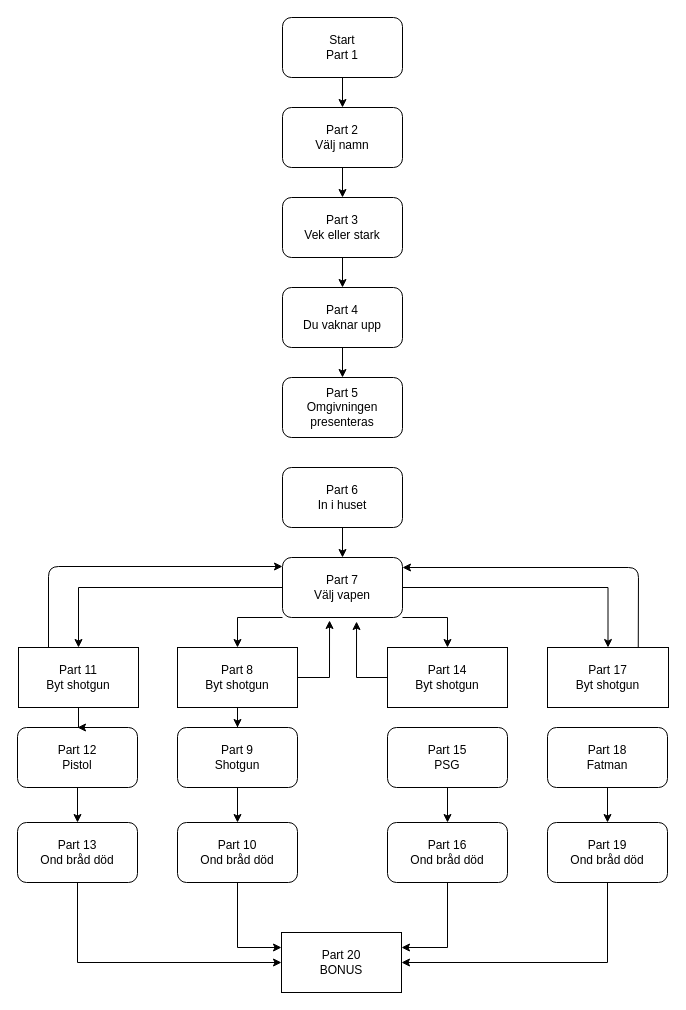
The draw.io diagram Laboration 1.drawio in Nicklas-Holmqvist/Pandora, before the edit. Source tidied: cells renumbered, new cells numbered last; positions are measured from the earlier drawing's top-left corner, leaving out a move shared by most shapes. Both pictures are drawn from the tidied source at 100%, with x=0, y=0 at pixel (17, 17).
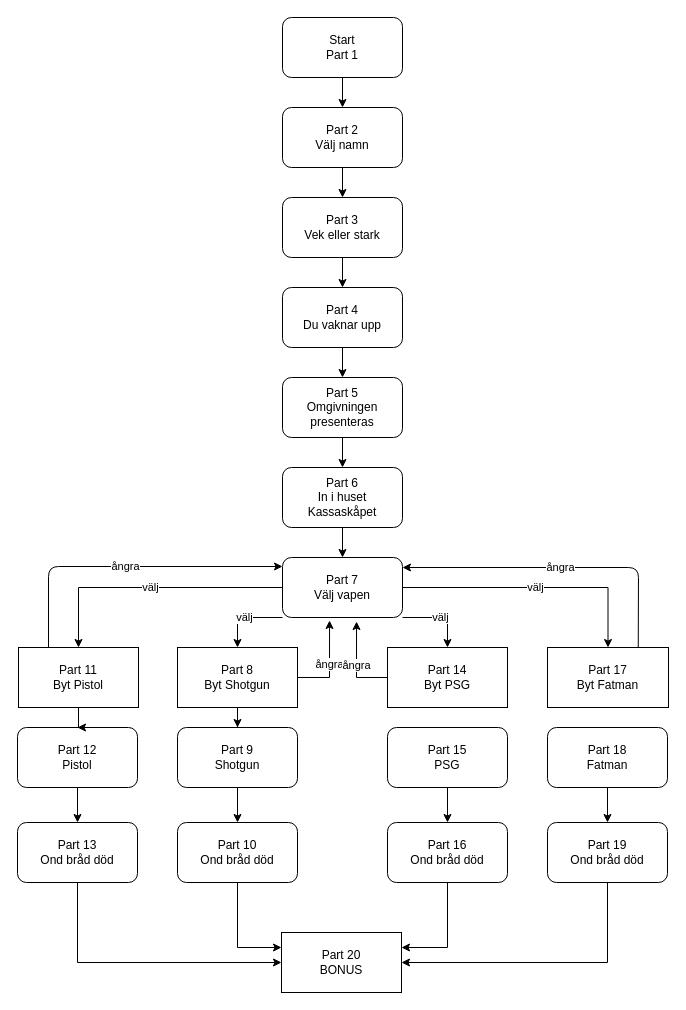
The same page after the edit.

Unchanged cells that the change refers to:
```xml
<mxCell id="10" value="Part 5&lt;br&gt;Omgivningen presenteras" style="whiteSpace=wrap;html=1;rounded=1;" parent="1" vertex="1">
  <mxGeometry x="265" y="360" width="120" height="60" as="geometry" />
</mxCell>
<mxCell id="15" value="Part 7&lt;br&gt;Välj vapen" style="whiteSpace=wrap;html=1;rounded=1;" parent="1" vertex="1">
  <mxGeometry x="265" y="540" width="120" height="60" as="geometry" />
</mxCell>
```

The edit, as a diff of the source:
```diff
@@
+    <mxCell id="45" style="edgeStyle=orthogonalEdgeStyle;rounded=0;jettySize=auto;html=1;" parent="1" edge="1" source="10" target="34">
+      <mxGeometry relative="1" as="geometry" />
+    </mxCell>
@@
-    <mxCell id="11" style="edgeStyle=orthogonalEdgeStyle;rounded=0;jettySize=auto;html=1;entryX=0.5;entryY=0;entryDx=0;entryDy=0;" parent="1" edge="1" source="15" target="39">
+    <mxCell id="11" value="välj" style="edgeStyle=orthogonalEdgeStyle;rounded=0;jettySize=auto;html=1;entryX=0.5;entryY=0;entryDx=0;entryDy=0;" parent="1" edge="1" source="15" target="39">
       <mxGeometry relative="1" as="geometry" />
     </mxCell>
-    <mxCell id="12" style="edgeStyle=orthogonalEdgeStyle;rounded=0;jettySize=auto;html=1;exitX=0;exitY=1;exitDx=0;exitDy=0;entryX=0.5;entryY=0;entryDx=0;entryDy=0;" parent="1" edge="1" source="15" target="37">
+    <mxCell id="12" value="välj" style="edgeStyle=orthogonalEdgeStyle;rounded=0;jettySize=auto;html=1;exitX=0;exitY=1;exitDx=0;exitDy=0;entryX=0.5;entryY=0;entryDx=0;entryDy=0;" parent="1" edge="1" source="15" target="37">
       <mxGeometry relative="1" as="geometry">
         <Array as="points">
           <mxPoint x="220" y="600" />
         </Array>
       </mxGeometry>
     </mxCell>
-    <mxCell id="13" style="edgeStyle=orthogonalEdgeStyle;rounded=0;jettySize=auto;html=1;exitX=1;exitY=1;exitDx=0;exitDy=0;entryX=0.5;entryY=0;entryDx=0;entryDy=0;" parent="1" edge="1" source="15" target="41">
+    <mxCell id="13" value="välj" style="edgeStyle=orthogonalEdgeStyle;rounded=0;jettySize=auto;html=1;exitX=1;exitY=1;exitDx=0;exitDy=0;entryX=0.5;entryY=0;entryDx=0;entryDy=0;" parent="1" edge="1" source="15" target="41">
       <mxGeometry relative="1" as="geometry">
         <Array as="points">
           <mxPoint x="430" y="600" />
         </Array>
       </mxGeometry>
     </mxCell>
-    <mxCell id="14" style="edgeStyle=orthogonalEdgeStyle;rounded=0;jettySize=auto;html=1;entryX=0.5;entryY=0;entryDx=0;entryDy=0;" parent="1" edge="1" source="15" target="42">
+    <mxCell id="14" value="välj" style="edgeStyle=orthogonalEdgeStyle;rounded=0;jettySize=auto;html=1;entryX=0.5;entryY=0;entryDx=0;entryDy=0;" parent="1" edge="1" source="15" target="42">
       <mxGeometry relative="1" as="geometry" />
     </mxCell>
@@
-    <mxCell id="34" value="Part 6&lt;br&gt;In i huset" style="rounded=1;whiteSpace=wrap;html=1;" parent="1" vertex="1">
+    <mxCell id="34" value="Part 6&lt;br&gt;In i huset&lt;br&gt;Kassaskåpet" style="rounded=1;whiteSpace=wrap;html=1;" parent="1" vertex="1">
       <mxGeometry x="265" y="450" width="120" height="60" as="geometry" />
     </mxCell>
@@
-    <mxCell id="36" style="edgeStyle=orthogonalEdgeStyle;rounded=0;jettySize=auto;html=1;entryX=0.392;entryY=1.05;entryDx=0;entryDy=0;entryPerimeter=0;" parent="1" edge="1" source="37" target="15">
+    <mxCell id="36" value="ångra" style="edgeStyle=orthogonalEdgeStyle;rounded=0;jettySize=auto;html=1;entryX=0.392;entryY=1.05;entryDx=0;entryDy=0;entryPerimeter=0;" parent="1" edge="1" source="37" target="15">
       <mxGeometry relative="1" as="geometry">
         <Array as="points">
           <mxPoint x="312" y="660" />
         </Array>
       </mxGeometry>
     </mxCell>
-    <mxCell id="37" value="Part 8&lt;br&gt;Byt shotgun" style="rounded=0;whiteSpace=wrap;html=1;" parent="1" vertex="1">
+    <mxCell id="37" value="Part 8&lt;br&gt;Byt Shotgun" style="rounded=0;whiteSpace=wrap;html=1;" parent="1" vertex="1">
       <mxGeometry x="160" y="630" width="120" height="60" as="geometry" />
     </mxCell>
@@
-    <mxCell id="39" value="Part 11&lt;br&gt;Byt shotgun" style="rounded=0;whiteSpace=wrap;html=1;" parent="1" vertex="1">
+    <mxCell id="39" value="Part 11&lt;br&gt;Byt Pistol" style="rounded=0;whiteSpace=wrap;html=1;" parent="1" vertex="1">
       <mxGeometry x="1" y="630" width="120" height="60" as="geometry" />
     </mxCell>
-    <mxCell id="40" style="edgeStyle=orthogonalEdgeStyle;rounded=0;jettySize=auto;html=1;exitX=0;exitY=0.5;exitDx=0;exitDy=0;entryX=0.617;entryY=1.067;entryDx=0;entryDy=0;entryPerimeter=0;" parent="1" edge="1" source="41" target="15">
+    <mxCell id="40" value="ångra" style="edgeStyle=orthogonalEdgeStyle;rounded=0;jettySize=auto;html=1;exitX=0;exitY=0.5;exitDx=0;exitDy=0;entryX=0.617;entryY=1.067;entryDx=0;entryDy=0;entryPerimeter=0;" parent="1" edge="1" source="41" target="15">
       <mxGeometry relative="1" as="geometry" />
     </mxCell>
-    <mxCell id="41" value="Part 14&lt;br&gt;Byt shotgun" style="rounded=0;whiteSpace=wrap;html=1;" parent="1" vertex="1">
+    <mxCell id="41" value="Part 14&lt;br&gt;Byt PSG" style="rounded=0;whiteSpace=wrap;html=1;" parent="1" vertex="1">
       <mxGeometry x="370" y="630" width="120" height="60" as="geometry" />
     </mxCell>
-    <mxCell id="42" value="Part 17&lt;br&gt;Byt shotgun" style="rounded=0;whiteSpace=wrap;html=1;" parent="1" vertex="1">
+    <mxCell id="42" value="Part 17&lt;br&gt;Byt Fatman" style="rounded=0;whiteSpace=wrap;html=1;" parent="1" vertex="1">
       <mxGeometry x="530" y="630" width="121" height="60" as="geometry" />
     </mxCell>
-    <mxCell id="43" style="endArrow=classic;html=1;exitX=0.75;exitY=0;exitDx=0;exitDy=0;" parent="1" edge="1" source="42">
+    <mxCell id="43" value="ångra" style="endArrow=classic;html=1;exitX=0.75;exitY=0;exitDx=0;exitDy=0;" parent="1" edge="1" source="42">
       <mxGeometry relative="1" as="geometry">
         <mxPoint x="385" y="550" as="targetPoint" />
         <Array as="points">
           <mxPoint x="621" y="550" />
         </Array>
       </mxGeometry>
     </mxCell>
-    <mxCell id="44" style="endArrow=classic;html=1;exitX=0.25;exitY=0;exitDx=0;exitDy=0;entryX=0;entryY=0.15;entryDx=0;entryDy=0;entryPerimeter=0;" parent="1" edge="1" source="39" target="15">
+    <mxCell id="44" value="ångra" style="endArrow=classic;html=1;exitX=0.25;exitY=0;exitDx=0;exitDy=0;entryX=0;entryY=0.15;entryDx=0;entryDy=0;entryPerimeter=0;" parent="1" edge="1" source="39" target="15">
       <mxGeometry relative="1" as="geometry">
         <Array as="points">
           <mxPoint x="31" y="549" />
         </Array>
       </mxGeometry>
     </mxCell>
```
